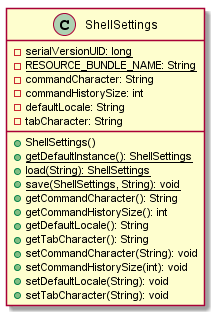
Above: malokhvii-eduard/malokhvii04/doc/plantuml/png/ua.khpi.oop.malokhvii04.shell.ShellSettings.png in P-Kalin/kit26a (PlantUML), before the change. Its diagram source:
```plantuml
@startuml

    class ShellSettings {
        {static} -serialVersionUID: long
        {static} -RESOURCE_BUNDLE_NAME: String
        -commandCharacter: String
        -commandHistorySize: int
        -defaultLocale: String
        -tabCharacter: String
        +ShellSettings()
        {static} +getDefaultInstance(): ShellSettings
        {static} +load(String): ShellSettings
        {static} +save(ShellSettings, String): void
        +getCommandCharacter(): String
        +getCommandHistorySize(): int
        +getDefaultLocale(): String
        +getTabCharacter(): String
        +setCommandCharacter(String): void
        +setCommandHistorySize(int): void
        +setDefaultLocale(String): void
        +setTabCharacter(String): void
    }

@enduml
```
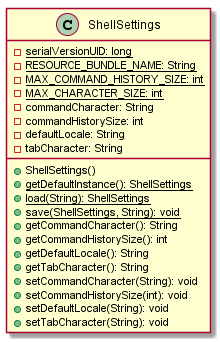
The same file after the commit.

What changed in the source:
```diff
@@ -3,6 +3,8 @@
     class ShellSettings {
         {static} -serialVersionUID: long
         {static} -RESOURCE_BUNDLE_NAME: String
+        {static} -MAX_COMMAND_HISTORY_SIZE: int
+        {static} -MAX_CHARACTER_SIZE: int
         -commandCharacter: String
         -commandHistorySize: int
         -defaultLocale: String
```
